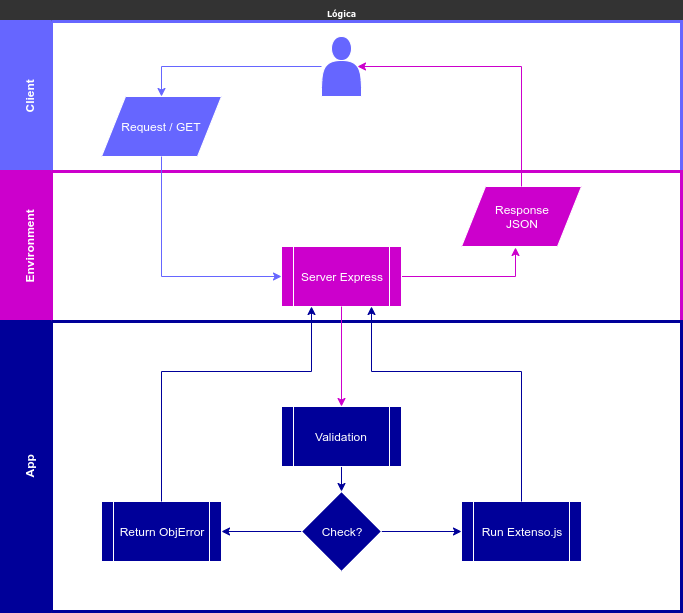
The draw.io diagram metodologia.png in i-espinola/CERTI_Test, before a commit. Source tidied: cells renumbered, new cells last; positions are measured from the earlier drawing's top-left corner, leaving out a move shared by most shapes.
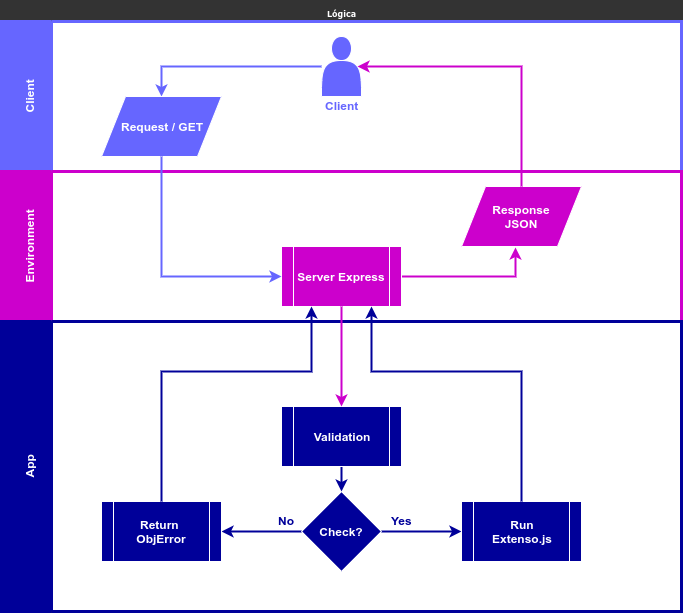
The same file after the commit.

Diff of the diagram source:
```diff
@@ -8,73 +8,82 @@
     <mxCell id="3" value="Client" style="swimlane;html=1;startSize=50;horizontal=0;fontColor=#FFFFFF;fillColor=#6666FF;strokeColor=#6666FF;strokeWidth=3;" parent="2" vertex="1">
       <mxGeometry y="20" width="680" height="150" as="geometry" />
     </mxCell>
-    <mxCell id="4" style="edgeStyle=orthogonalEdgeStyle;rounded=0;jettySize=auto;html=1;fontColor=#FFFFFF;strokeColor=#6666FF;entryX=0.5;entryY=0;entryDx=0;entryDy=0;" parent="3" edge="1" source="5" target="6">
+    <mxCell id="4" style="edgeStyle=orthogonalEdgeStyle;rounded=0;jettySize=auto;html=1;fontColor=#FFFFFF;strokeColor=#6666FF;entryX=0.5;entryY=0;entryDx=0;entryDy=0;strokeWidth=2;" parent="3" edge="1" source="5" target="6">
       <mxGeometry relative="1" as="geometry" />
     </mxCell>
     <mxCell id="5" style="shape=actor;whiteSpace=wrap;html=1;strokeColor=#FFFFFF;fillColor=#6666FF;fontColor=#FFFFFF;" parent="3" vertex="1">
       <mxGeometry x="320" y="15" width="40" height="60" as="geometry" />
     </mxCell>
-    <mxCell id="6" value="Request / GET" style="shape=parallelogram;perimeter=parallelogramPerimeter;whiteSpace=wrap;html=1;strokeColor=#FFFFFF;fillColor=#6666FF;fontColor=#FFFFFF;" parent="3" vertex="1">
+    <mxCell id="6" value="Request / GET" style="shape=parallelogram;perimeter=parallelogramPerimeter;whiteSpace=wrap;html=1;strokeColor=#FFFFFF;fillColor=#6666FF;fontColor=#FFFFFF;fontStyle=1;" parent="3" vertex="1">
       <mxGeometry x="100" y="75" width="120" height="60" as="geometry" />
     </mxCell>
+    <mxCell id="24" value="&lt;font color=&quot;#6666ff&quot;&gt;&lt;b&gt;Client&lt;/b&gt;&lt;/font&gt;" style="text;html=1;align=center;verticalAlign=top;spacingTop=-4;fontColor=#FFFFFF;" parent="3" vertex="1">
+      <mxGeometry x="315" y="75" width="50" height="20" as="geometry" />
+    </mxCell>
     <mxCell id="7" value="Environment" style="swimlane;html=1;startSize=50;horizontal=0;fontColor=#FFFFFF;fillColor=#CC00CC;strokeColor=#CC00CC;strokeWidth=3;" parent="2" vertex="1">
       <mxGeometry y="170" width="680" height="150" as="geometry" />
     </mxCell>
-    <mxCell id="8" value="Response&lt;br&gt;JSON" style="shape=parallelogram;perimeter=parallelogramPerimeter;whiteSpace=wrap;html=1;strokeColor=#FFFFFF;fillColor=#CC00CC;fontColor=#FFFFFF;" parent="7" vertex="1">
+    <mxCell id="8" value="Response&lt;br&gt;JSON" style="shape=parallelogram;perimeter=parallelogramPerimeter;whiteSpace=wrap;html=1;strokeColor=#FFFFFF;fillColor=#CC00CC;fontColor=#FFFFFF;fontStyle=1;" parent="7" vertex="1">
       <mxGeometry x="460" y="15" width="120" height="60" as="geometry" />
     </mxCell>
-    <mxCell id="9" style="edgeStyle=orthogonalEdgeStyle;rounded=0;jettySize=auto;html=1;strokeColor=#CC00CC;fontColor=#FFFFFF;entryX=0.45;entryY=1.017;entryDx=0;entryDy=0;entryPerimeter=0;" parent="7" edge="1" source="10" target="8">
+    <mxCell id="9" style="edgeStyle=orthogonalEdgeStyle;rounded=0;jettySize=auto;html=1;strokeColor=#CC00CC;fontColor=#FFFFFF;entryX=0.45;entryY=1.017;entryDx=0;entryDy=0;entryPerimeter=0;strokeWidth=2;" parent="7" edge="1" source="10" target="8">
       <mxGeometry relative="1" as="geometry" />
     </mxCell>
-    <mxCell id="10" value="Server Express" style="shape=process;whiteSpace=wrap;html=1;backgroundOutline=1;strokeColor=#FFFFFF;fillColor=#CC00CC;fontColor=#FFFFFF;" parent="7" vertex="1">
+    <mxCell id="10" value="Server Express" style="shape=process;whiteSpace=wrap;html=1;backgroundOutline=1;strokeColor=#FFFFFF;fillColor=#CC00CC;fontColor=#FFFFFF;fontStyle=1;" parent="7" vertex="1">
       <mxGeometry x="280" y="75" width="120" height="60" as="geometry" />
     </mxCell>
-    <mxCell id="11" value="App" style="swimlane;html=1;startSize=50;horizontal=0;fillColor=#000099;fontColor=#FFFFFF;strokeWidth=3;strokeColor=#000099;" parent="2" vertex="1">
+    <mxCell id="11" value="App" style="swimlane;html=1;startSize=50;horizontal=0;fillColor=#000099;fontColor=#FFFFFF;strokeWidth=3;strokeColor=#000099;fontStyle=1;" parent="2" vertex="1">
       <mxGeometry y="320" width="680" height="290" as="geometry" />
     </mxCell>
-    <mxCell id="12" style="edgeStyle=orthogonalEdgeStyle;rounded=0;jettySize=auto;html=1;strokeColor=#000099;fontColor=#FFFFFF;" parent="11" edge="1" source="13" target="16">
+    <mxCell id="12" style="edgeStyle=orthogonalEdgeStyle;rounded=0;jettySize=auto;html=1;strokeColor=#000099;fontColor=#FFFFFF;strokeWidth=2;" parent="11" edge="1" source="13" target="16">
       <mxGeometry relative="1" as="geometry" />
     </mxCell>
-    <mxCell id="13" value="Validation" style="shape=process;whiteSpace=wrap;html=1;backgroundOutline=1;strokeColor=#FFFFFF;fillColor=#000099;fontColor=#FFFFFF;" parent="11" vertex="1">
+    <mxCell id="13" value="Validation" style="shape=process;whiteSpace=wrap;html=1;backgroundOutline=1;strokeColor=#FFFFFF;fillColor=#000099;fontColor=#FFFFFF;fontStyle=1;" parent="11" vertex="1">
       <mxGeometry x="280" y="85" width="120" height="60" as="geometry" />
     </mxCell>
-    <mxCell id="14" style="edgeStyle=orthogonalEdgeStyle;rounded=0;jettySize=auto;html=1;strokeColor=#000099;fontColor=#FFFFFF;" parent="11" edge="1" source="16">
+    <mxCell id="14" style="edgeStyle=orthogonalEdgeStyle;rounded=0;jettySize=auto;html=1;strokeColor=#000099;fontColor=#FFFFFF;strokeWidth=2;" parent="11" edge="1" source="16">
       <mxGeometry relative="1" as="geometry">
         <mxPoint x="460" y="210" as="targetPoint" />
       </mxGeometry>
     </mxCell>
-    <mxCell id="15" style="edgeStyle=orthogonalEdgeStyle;rounded=0;jettySize=auto;html=1;strokeColor=#000099;fontColor=#FFFFFF;" parent="11" edge="1" source="16">
+    <mxCell id="15" style="edgeStyle=orthogonalEdgeStyle;rounded=0;jettySize=auto;html=1;strokeColor=#000099;fontColor=#FFFFFF;strokeWidth=2;" parent="11" edge="1" source="16">
       <mxGeometry relative="1" as="geometry">
         <mxPoint x="220" y="210" as="targetPoint" />
       </mxGeometry>
     </mxCell>
-    <mxCell id="16" value="Check?" style="rhombus;whiteSpace=wrap;html=1;strokeColor=#FFFFFF;fillColor=#000099;fontColor=#FFFFFF;" parent="11" vertex="1">
+    <mxCell id="16" value="Check?" style="rhombus;whiteSpace=wrap;html=1;strokeColor=#FFFFFF;fillColor=#000099;fontColor=#FFFFFF;fontStyle=1;" parent="11" vertex="1">
       <mxGeometry x="300" y="170" width="80" height="80" as="geometry" />
     </mxCell>
-    <mxCell id="17" value="Run Extenso.js" style="shape=process;whiteSpace=wrap;html=1;backgroundOutline=1;strokeColor=#FFFFFF;fillColor=#000099;fontColor=#FFFFFF;" parent="11" vertex="1">
+    <mxCell id="17" value="Run&lt;br&gt;Extenso.js" style="shape=process;whiteSpace=wrap;html=1;backgroundOutline=1;strokeColor=#FFFFFF;fillColor=#000099;fontColor=#FFFFFF;fontStyle=1;" parent="11" vertex="1">
       <mxGeometry x="460" y="180" width="120" height="60" as="geometry" />
     </mxCell>
-    <mxCell id="18" value="Return ObjError" style="shape=process;whiteSpace=wrap;html=1;backgroundOutline=1;strokeColor=#FFFFFF;fillColor=#000099;fontColor=#FFFFFF;" parent="11" vertex="1">
+    <mxCell id="18" value="Return &lt;br&gt;ObjError" style="shape=process;whiteSpace=wrap;html=1;backgroundOutline=1;strokeColor=#FFFFFF;fillColor=#000099;fontColor=#FFFFFF;fontStyle=1;" parent="11" vertex="1">
       <mxGeometry x="100" y="180" width="120" height="60" as="geometry" />
     </mxCell>
+    <mxCell id="25" value="&lt;font color=&quot;#000099&quot;&gt;No&lt;/font&gt;" style="text;html=1;align=center;verticalAlign=top;spacingTop=-4;fontColor=#FFFFFF;fontStyle=1;" parent="11" vertex="1">
+      <mxGeometry x="270" y="190" width="30" height="20" as="geometry" />
+    </mxCell>
+    <mxCell id="26" value="&lt;font color=&quot;#000099&quot;&gt;Yes&lt;/font&gt;" style="text;html=1;align=center;verticalAlign=top;spacingTop=-4;fontColor=#FFFFFF;fontStyle=1;" parent="11" vertex="1">
+      <mxGeometry x="380" y="190" width="40" height="20" as="geometry" />
+    </mxCell>
-    <mxCell id="19" style="edgeStyle=orthogonalEdgeStyle;rounded=0;jettySize=auto;html=1;strokeColor=#6666FF;fontColor=#FFFFFF;entryX=0;entryY=0.5;entryDx=0;entryDy=0;exitX=0.5;exitY=1;exitDx=0;exitDy=0;" parent="2" edge="1" source="6" target="10">
+    <mxCell id="19" style="edgeStyle=orthogonalEdgeStyle;rounded=0;jettySize=auto;html=1;strokeColor=#6666FF;fontColor=#FFFFFF;entryX=0;entryY=0.5;entryDx=0;entryDy=0;exitX=0.5;exitY=1;exitDx=0;exitDy=0;strokeWidth=2;" parent="2" edge="1" source="6" target="10">
       <mxGeometry relative="1" as="geometry">
         <Array as="points">
           <mxPoint x="160" y="275" />
         </Array>
       </mxGeometry>
     </mxCell>
-    <mxCell id="20" style="edgeStyle=orthogonalEdgeStyle;rounded=0;jettySize=auto;html=1;strokeColor=#CC00CC;fontColor=#FFFFFF;entryX=0.9;entryY=0.5;entryDx=0;entryDy=0;entryPerimeter=0;" parent="2" edge="1" source="8" target="5">
+    <mxCell id="20" style="edgeStyle=orthogonalEdgeStyle;rounded=0;jettySize=auto;html=1;strokeColor=#CC00CC;fontColor=#FFFFFF;entryX=0.9;entryY=0.5;entryDx=0;entryDy=0;entryPerimeter=0;strokeWidth=2;" parent="2" edge="1" source="8" target="5">
       <mxGeometry relative="1" as="geometry">
         <Array as="points">
           <mxPoint x="520" y="65" />
         </Array>
       </mxGeometry>
     </mxCell>
-    <mxCell id="21" style="edgeStyle=orthogonalEdgeStyle;rounded=0;jettySize=auto;html=1;strokeColor=#CC00CC;fontColor=#FFFFFF;exitX=0.5;exitY=1;exitDx=0;exitDy=0;entryX=0.5;entryY=0;entryDx=0;entryDy=0;" parent="2" edge="1" source="10" target="13">
+    <mxCell id="21" style="edgeStyle=orthogonalEdgeStyle;rounded=0;jettySize=auto;html=1;strokeColor=#CC00CC;fontColor=#FFFFFF;exitX=0.5;exitY=1;exitDx=0;exitDy=0;entryX=0.5;entryY=0;entryDx=0;entryDy=0;strokeWidth=2;" parent="2" edge="1" source="10" target="13">
       <mxGeometry relative="1" as="geometry" />
     </mxCell>
-    <mxCell id="22" style="edgeStyle=orthogonalEdgeStyle;rounded=0;jettySize=auto;html=1;strokeColor=#000099;fontColor=#FFFFFF;entryX=0.75;entryY=1;entryDx=0;entryDy=0;exitX=0.5;exitY=0;exitDx=0;exitDy=0;" parent="2" edge="1" source="17" target="10">
+    <mxCell id="22" style="edgeStyle=orthogonalEdgeStyle;rounded=0;jettySize=auto;html=1;strokeColor=#000099;fontColor=#FFFFFF;entryX=0.75;entryY=1;entryDx=0;entryDy=0;exitX=0.5;exitY=0;exitDx=0;exitDy=0;strokeWidth=2;" parent="2" edge="1" source="17" target="10">
       <mxGeometry relative="1" as="geometry">
         <Array as="points">
           <mxPoint x="520" y="370" />
@@ -82,7 +91,7 @@
         </Array>
       </mxGeometry>
     </mxCell>
-    <mxCell id="23" style="edgeStyle=orthogonalEdgeStyle;rounded=0;jettySize=auto;html=1;strokeColor=#000099;fontColor=#FFFFFF;entryX=0.25;entryY=1;entryDx=0;entryDy=0;exitX=0.5;exitY=0;exitDx=0;exitDy=0;" parent="2" edge="1" source="18" target="10">
+    <mxCell id="23" style="edgeStyle=orthogonalEdgeStyle;rounded=0;jettySize=auto;html=1;strokeColor=#000099;fontColor=#FFFFFF;entryX=0.25;entryY=1;entryDx=0;entryDy=0;exitX=0.5;exitY=0;exitDx=0;exitDy=0;strokeWidth=2;" parent="2" edge="1" source="18" target="10">
       <mxGeometry relative="1" as="geometry">
         <Array as="points">
           <mxPoint x="160" y="370" />
```
